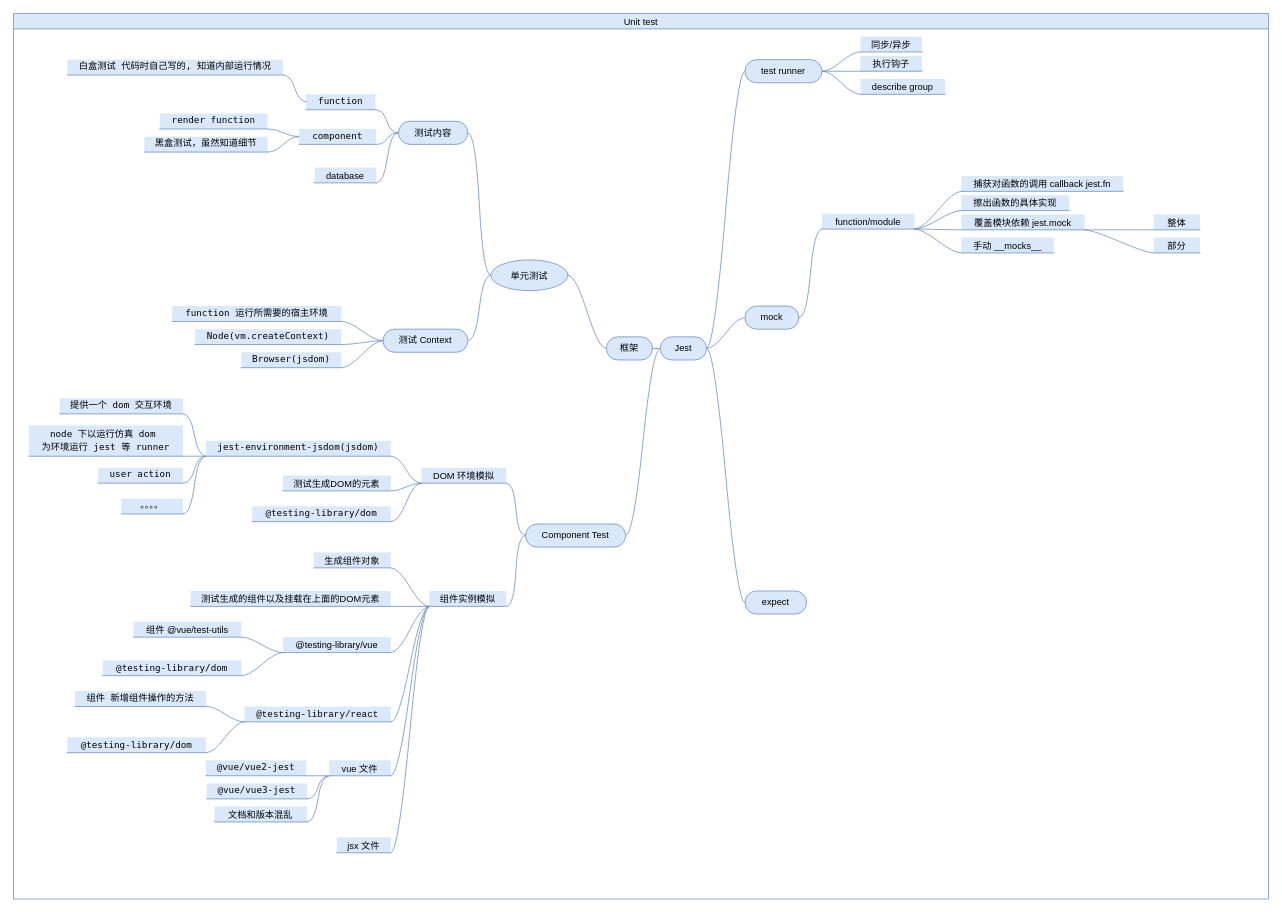
NiLinli/learn-web keeps this draw.io diagram as page "unit test" (2 of 4) of code-test/test.drawio. Above is the earlier version. Source tidied: cells renumbered, new cells numbered last; positions are measured from the earlier drawing's top-left corner, leaving out a move shared by most shapes. Both pictures are drawn from the tidied source at 77%, with x=0, y=0 at pixel (13, 13).
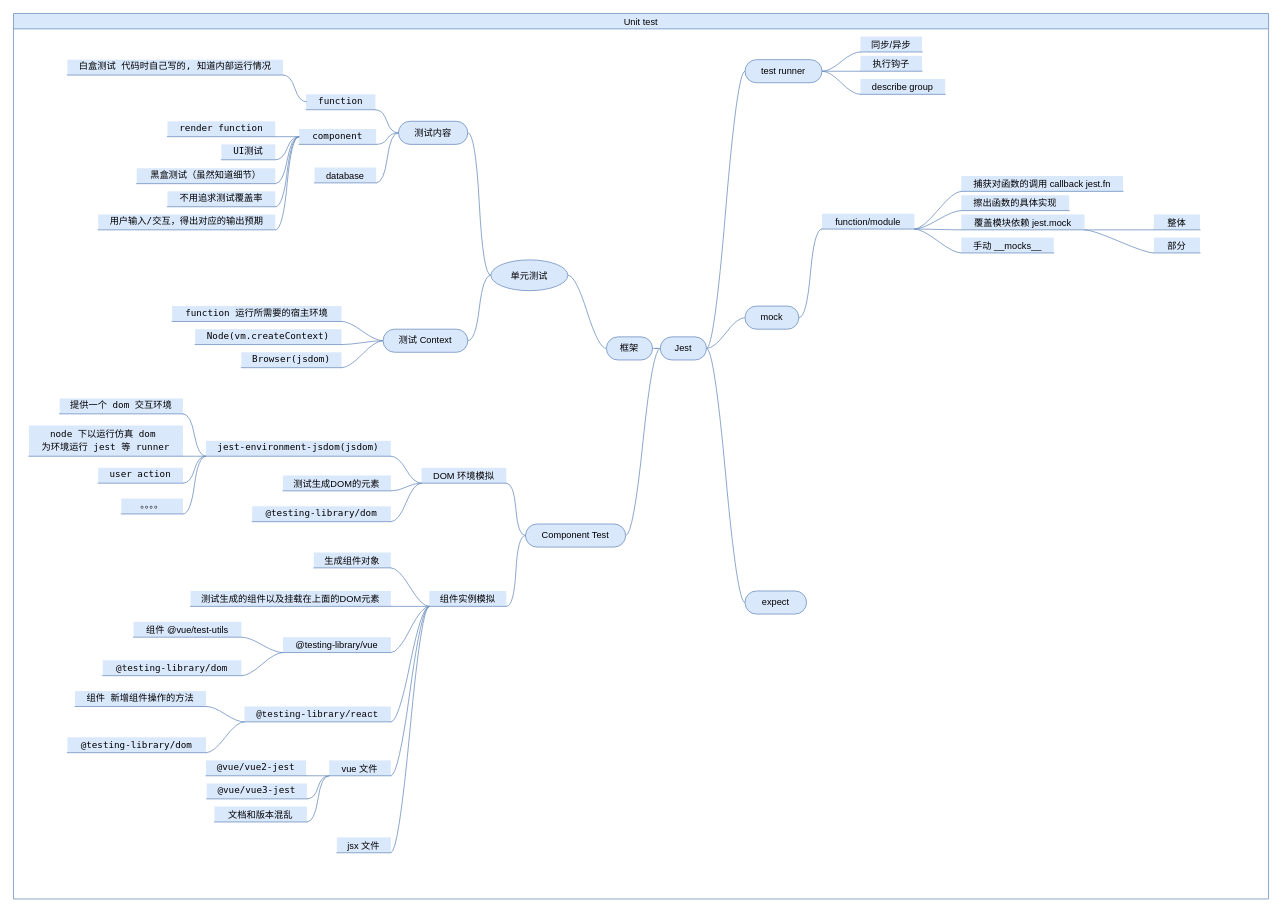
The same page after the edit.

The change refers to these unchanged cells:
```xml
<mxCell id="2" value="Unit test" style="swimlane;startSize=20;horizontal=1;containerType=tree;fillColor=#dae8fc;strokeColor=#6c8ebf;labelBackgroundColor=none;fontStyle=0;fontColor=default;fontSize=12;" parent="1" vertex="1">
  <mxGeometry width="1630" height="1150" as="geometry" />
</mxCell>
<mxCell id="11" value="&lt;div style=&quot;font-family: menlo, monaco, &amp;quot;courier new&amp;quot;, monospace; line-height: 18px; font-size: 12px;&quot;&gt;component&lt;/div&gt;" style="whiteSpace=wrap;html=1;shape=partialRectangle;top=0;left=0;bottom=1;right=0;points=[[0,1],[1,1]];fillColor=#dae8fc;align=center;verticalAlign=bottom;routingCenterY=0.5;snapToPoint=1;newEdgeStyle={&quot;edgeStyle&quot;:&quot;entityRelationEdgeStyle&quot;,&quot;startArrow&quot;:&quot;none&quot;,&quot;endArrow&quot;:&quot;none&quot;,&quot;segment&quot;:10,&quot;curved&quot;:1};strokeColor=#6c8ebf;labelBackgroundColor=none;fontStyle=0;fontColor=default;fontSize=12;" parent="2" vertex="1">
  <mxGeometry x="371" y="150" width="100" height="20" as="geometry" />
</mxCell>
```

The edit, as a diff of the source:
```diff
@@
     <mxCell id="55" value="&lt;div style=&quot;font-family: menlo, monaco, &amp;quot;courier new&amp;quot;, monospace; line-height: 18px; font-size: 12px;&quot;&gt;render function&lt;/div&gt;" style="whiteSpace=wrap;html=1;shape=partialRectangle;top=0;left=0;bottom=1;right=0;points=[[0,1],[1,1]];fillColor=#dae8fc;align=center;verticalAlign=bottom;routingCenterY=0.5;snapToPoint=1;newEdgeStyle={&quot;edgeStyle&quot;:&quot;entityRelationEdgeStyle&quot;,&quot;startArrow&quot;:&quot;none&quot;,&quot;endArrow&quot;:&quot;none&quot;,&quot;segment&quot;:10,&quot;curved&quot;:1};strokeColor=#6c8ebf;labelBackgroundColor=none;fontStyle=0;fontColor=default;fontSize=12;" parent="2" vertex="1">
-      <mxGeometry x="190" y="130" width="140" height="20" as="geometry" />
+      <mxGeometry x="200" y="140" width="140" height="20" as="geometry" />
     </mxCell>
@@
-    <mxCell id="57" value="&lt;div style=&quot;font-family: menlo, monaco, &amp;quot;courier new&amp;quot;, monospace; line-height: 18px; font-size: 12px;&quot;&gt;黑盒测试，虽然知道细节&lt;/div&gt;" style="whiteSpace=wrap;html=1;shape=partialRectangle;top=0;left=0;bottom=1;right=0;points=[[0,1],[1,1]];fillColor=#dae8fc;align=center;verticalAlign=bottom;routingCenterY=0.5;snapToPoint=1;newEdgeStyle={&quot;edgeStyle&quot;:&quot;entityRelationEdgeStyle&quot;,&quot;startArrow&quot;:&quot;none&quot;,&quot;endArrow&quot;:&quot;none&quot;,&quot;segment&quot;:10,&quot;curved&quot;:1};strokeColor=#6c8ebf;labelBackgroundColor=none;fontStyle=0;fontColor=default;fontSize=12;" parent="2" vertex="1">
-      <mxGeometry x="170" y="160" width="160" height="20" as="geometry" />
+    <mxCell id="57" value="&lt;div style=&quot;font-family: &amp;#34;menlo&amp;#34; , &amp;#34;monaco&amp;#34; , &amp;#34;courier new&amp;#34; , monospace ; line-height: 18px ; font-size: 12px&quot;&gt;黑盒测试（虽然知道细节）&lt;/div&gt;" style="whiteSpace=wrap;html=1;shape=partialRectangle;top=0;left=0;bottom=1;right=0;points=[[0,1],[1,1]];fillColor=#dae8fc;align=center;verticalAlign=bottom;routingCenterY=0.5;snapToPoint=1;newEdgeStyle={&quot;edgeStyle&quot;:&quot;entityRelationEdgeStyle&quot;,&quot;startArrow&quot;:&quot;none&quot;,&quot;endArrow&quot;:&quot;none&quot;,&quot;segment&quot;:10,&quot;curved&quot;:1};strokeColor=#6c8ebf;labelBackgroundColor=none;fontStyle=0;fontColor=default;fontSize=12;" parent="2" vertex="1">
+      <mxGeometry x="160" y="201" width="180" height="20" as="geometry" />
     </mxCell>
@@
+    <mxCell id="102" style="edgeStyle=entityRelationEdgeStyle;startArrow=none;endArrow=none;segment=10;curved=1;rounded=0;fillColor=#dae8fc;strokeColor=#6c8ebf;labelBackgroundColor=none;fontColor=default;fontStyle=0;exitX=0;exitY=0.5;exitDx=0;exitDy=0;fontSize=12;" parent="2" edge="1" source="11" target="103">
+      <mxGeometry relative="1" as="geometry" />
+    </mxCell>
+    <mxCell id="103" value="&lt;div style=&quot;font-family: &amp;#34;menlo&amp;#34; , &amp;#34;monaco&amp;#34; , &amp;#34;courier new&amp;#34; , monospace ; line-height: 18px ; font-size: 12px&quot;&gt;不用追求测试覆盖率&lt;/div&gt;" style="whiteSpace=wrap;html=1;shape=partialRectangle;top=0;left=0;bottom=1;right=0;points=[[0,1],[1,1]];fillColor=#dae8fc;align=center;verticalAlign=bottom;routingCenterY=0.5;snapToPoint=1;newEdgeStyle={&quot;edgeStyle&quot;:&quot;entityRelationEdgeStyle&quot;,&quot;startArrow&quot;:&quot;none&quot;,&quot;endArrow&quot;:&quot;none&quot;,&quot;segment&quot;:10,&quot;curved&quot;:1};strokeColor=#6c8ebf;labelBackgroundColor=none;fontStyle=0;fontColor=default;fontSize=12;" parent="2" vertex="1">
+      <mxGeometry x="200" y="231" width="140" height="20" as="geometry" />
+    </mxCell>
+    <mxCell id="104" style="edgeStyle=entityRelationEdgeStyle;startArrow=none;endArrow=none;segment=10;curved=1;rounded=0;fillColor=#dae8fc;strokeColor=#6c8ebf;labelBackgroundColor=none;fontColor=default;fontStyle=0;exitX=0;exitY=0.5;exitDx=0;exitDy=0;fontSize=12;" parent="2" edge="1" source="11" target="105">
+      <mxGeometry relative="1" as="geometry" />
+    </mxCell>
+    <mxCell id="105" value="&lt;div style=&quot;font-family: &amp;#34;menlo&amp;#34; , &amp;#34;monaco&amp;#34; , &amp;#34;courier new&amp;#34; , monospace ; line-height: 18px ; font-size: 12px&quot;&gt;用户输入/交互，得出对应的输出预期&lt;/div&gt;" style="whiteSpace=wrap;html=1;shape=partialRectangle;top=0;left=0;bottom=1;right=0;points=[[0,1],[1,1]];fillColor=#dae8fc;align=center;verticalAlign=bottom;routingCenterY=0.5;snapToPoint=1;newEdgeStyle={&quot;edgeStyle&quot;:&quot;entityRelationEdgeStyle&quot;,&quot;startArrow&quot;:&quot;none&quot;,&quot;endArrow&quot;:&quot;none&quot;,&quot;segment&quot;:10,&quot;curved&quot;:1};strokeColor=#6c8ebf;labelBackgroundColor=none;fontStyle=0;fontColor=default;fontSize=12;" parent="2" vertex="1">
+      <mxGeometry x="110" y="261" width="230" height="20" as="geometry" />
+    </mxCell>
+    <mxCell id="106" style="edgeStyle=entityRelationEdgeStyle;startArrow=none;endArrow=none;segment=10;curved=1;rounded=0;fillColor=#dae8fc;strokeColor=#6c8ebf;labelBackgroundColor=none;fontColor=default;fontStyle=0;exitX=0;exitY=0.5;exitDx=0;exitDy=0;fontSize=12;" parent="2" edge="1" source="11" target="107">
+      <mxGeometry relative="1" as="geometry" />
+    </mxCell>
+    <mxCell id="107" value="&lt;div style=&quot;font-family: &amp;#34;menlo&amp;#34; , &amp;#34;monaco&amp;#34; , &amp;#34;courier new&amp;#34; , monospace ; line-height: 18px ; font-size: 12px&quot;&gt;UI测试&lt;/div&gt;" style="whiteSpace=wrap;html=1;shape=partialRectangle;top=0;left=0;bottom=1;right=0;points=[[0,1],[1,1]];fillColor=#dae8fc;align=center;verticalAlign=bottom;routingCenterY=0.5;snapToPoint=1;newEdgeStyle={&quot;edgeStyle&quot;:&quot;entityRelationEdgeStyle&quot;,&quot;startArrow&quot;:&quot;none&quot;,&quot;endArrow&quot;:&quot;none&quot;,&quot;segment&quot;:10,&quot;curved&quot;:1};strokeColor=#6c8ebf;labelBackgroundColor=none;fontStyle=0;fontColor=default;fontSize=12;" parent="2" vertex="1">
+      <mxGeometry x="270" y="170" width="70" height="20" as="geometry" />
+    </mxCell>
```
